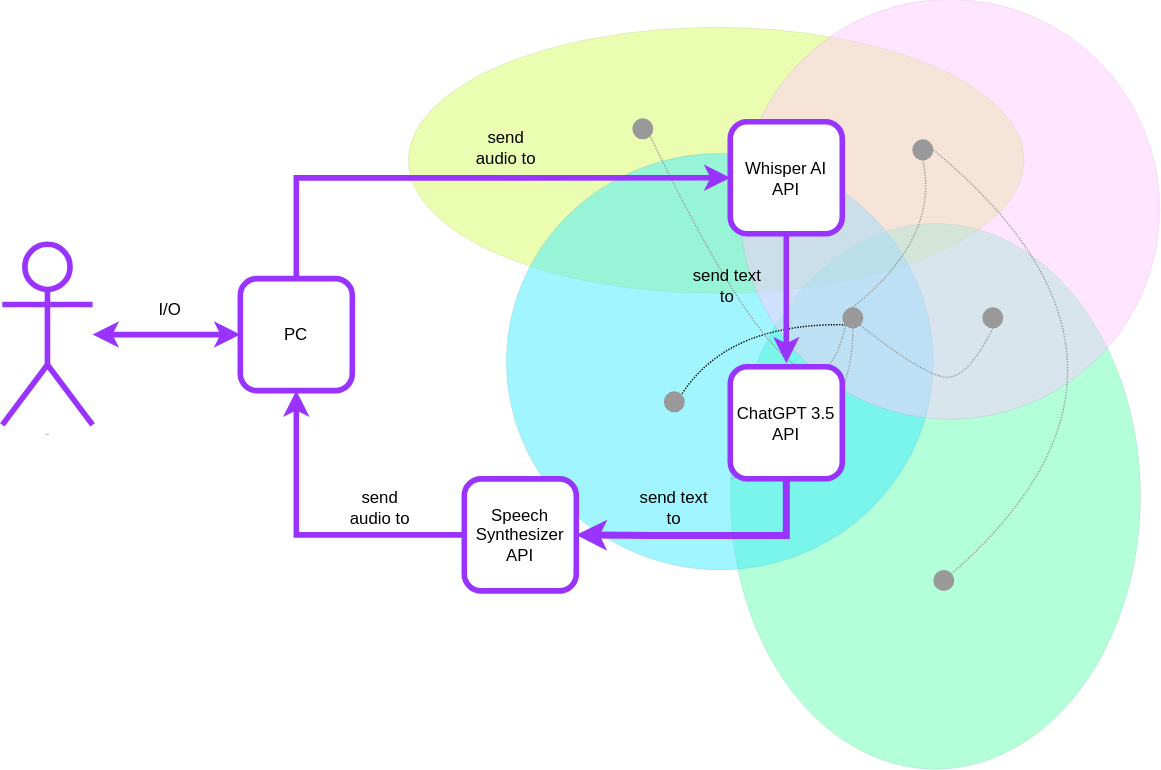
Before: img/THE-robot.svg, a diagram exported from draw.io (ClemensGruber/climart-gptree). Source tidied: cells renumbered, new cells last; positions are measured from the earlier drawing's top-left corner, leaving out a move shared by most shapes.
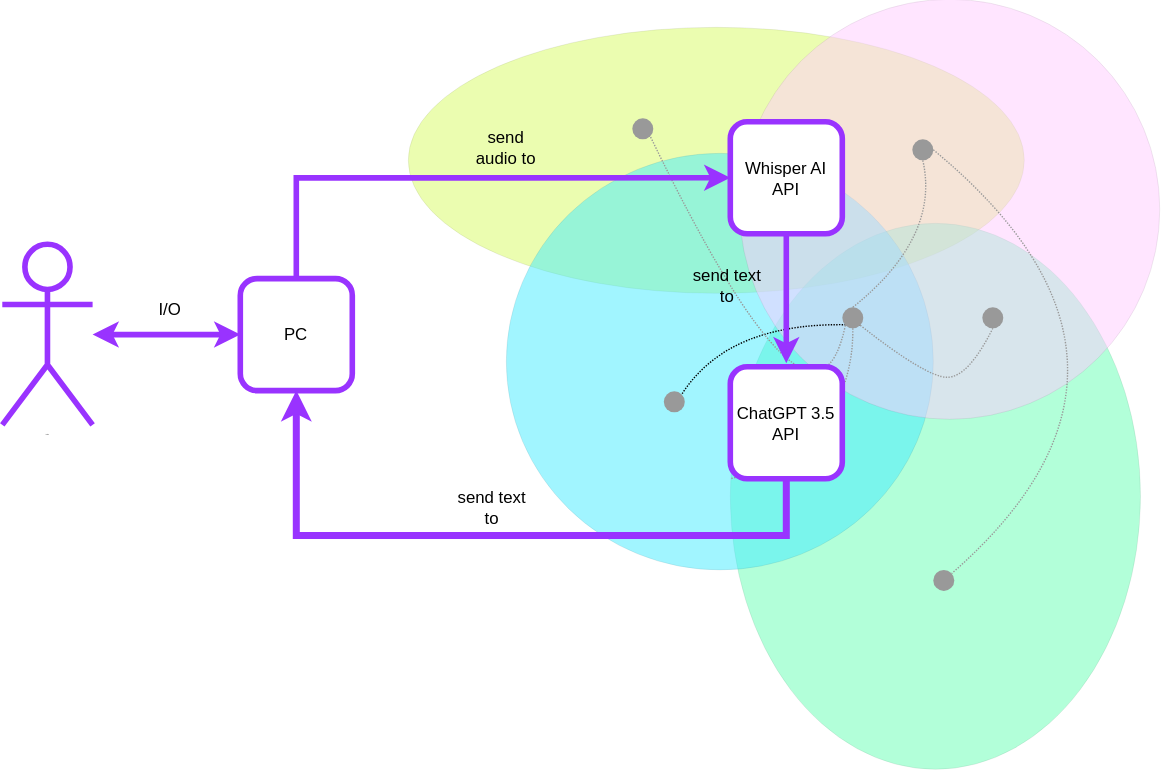
Above is the later version.

Diff of the diagram source:
```diff
@@ -100,14 +100,11 @@
         </Array>
       </mxGeometry>
     </mxCell>
-    <mxCell id="24" style="edgeStyle=orthogonalEdgeStyle;rounded=0;jettySize=auto;html=1;entryX=0.5;entryY=1;entryDx=0;entryDy=0;strokeWidth=4;strokeColor=#9933FF;" parent="1" edge="1" source="32" target="22">
-      <mxGeometry relative="1" as="geometry" />
-    </mxCell>
-    <mxCell id="25" style="edgeStyle=orthogonalEdgeStyle;rounded=0;jettySize=auto;html=1;entryX=1;entryY=0.5;entryDx=0;entryDy=0;strokeColor=#9933FF;strokeWidth=5;" parent="1" edge="1" source="26" target="32">
+    <mxCell id="25" style="edgeStyle=orthogonalEdgeStyle;rounded=0;jettySize=auto;html=1;entryX=0.5;entryY=1;entryDx=0;entryDy=0;strokeColor=#9933FF;strokeWidth=5;" parent="1" edge="1" source="26" target="22">
       <mxGeometry relative="1" as="geometry">
         <Array as="points">
           <mxPoint x="560" y="383" />
-          <mxPoint x="465" y="383" />
+          <mxPoint x="210" y="383" />
         </Array>
       </mxGeometry>
     </mxCell>
@@ -124,13 +121,7 @@
       <mxGeometry x="487.5" y="190" width="60" height="30" as="geometry" />
     </mxCell>
     <mxCell id="30" value="send text to" style="text;html=1;strokeColor=none;fillColor=none;align=center;verticalAlign=middle;whiteSpace=wrap;rounded=0;" parent="1" vertex="1">
-      <mxGeometry x="450" y="348" width="60" height="30" as="geometry" />
+      <mxGeometry x="320" y="348" width="60" height="30" as="geometry" />
     </mxCell>
-    <mxCell id="31" value="send audio to" style="text;html=1;strokeColor=none;fillColor=none;align=center;verticalAlign=middle;whiteSpace=wrap;rounded=0;" parent="1" vertex="1">
-      <mxGeometry x="240" y="348" width="60" height="30" as="geometry" />
-    </mxCell>
-    <mxCell id="32" value="&lt;div&gt;Speech Synthesizer&lt;/div&gt;&lt;div&gt;API&lt;br&gt;&lt;/div&gt;" style="rounded=1;whiteSpace=wrap;html=1;strokeColor=#9933FF;strokeWidth=4;" parent="1" vertex="1">
-      <mxGeometry x="330" y="342.6" width="80" height="80" as="geometry" />
-    </mxCell>
   </root>
 </mxGraphModel>
```
